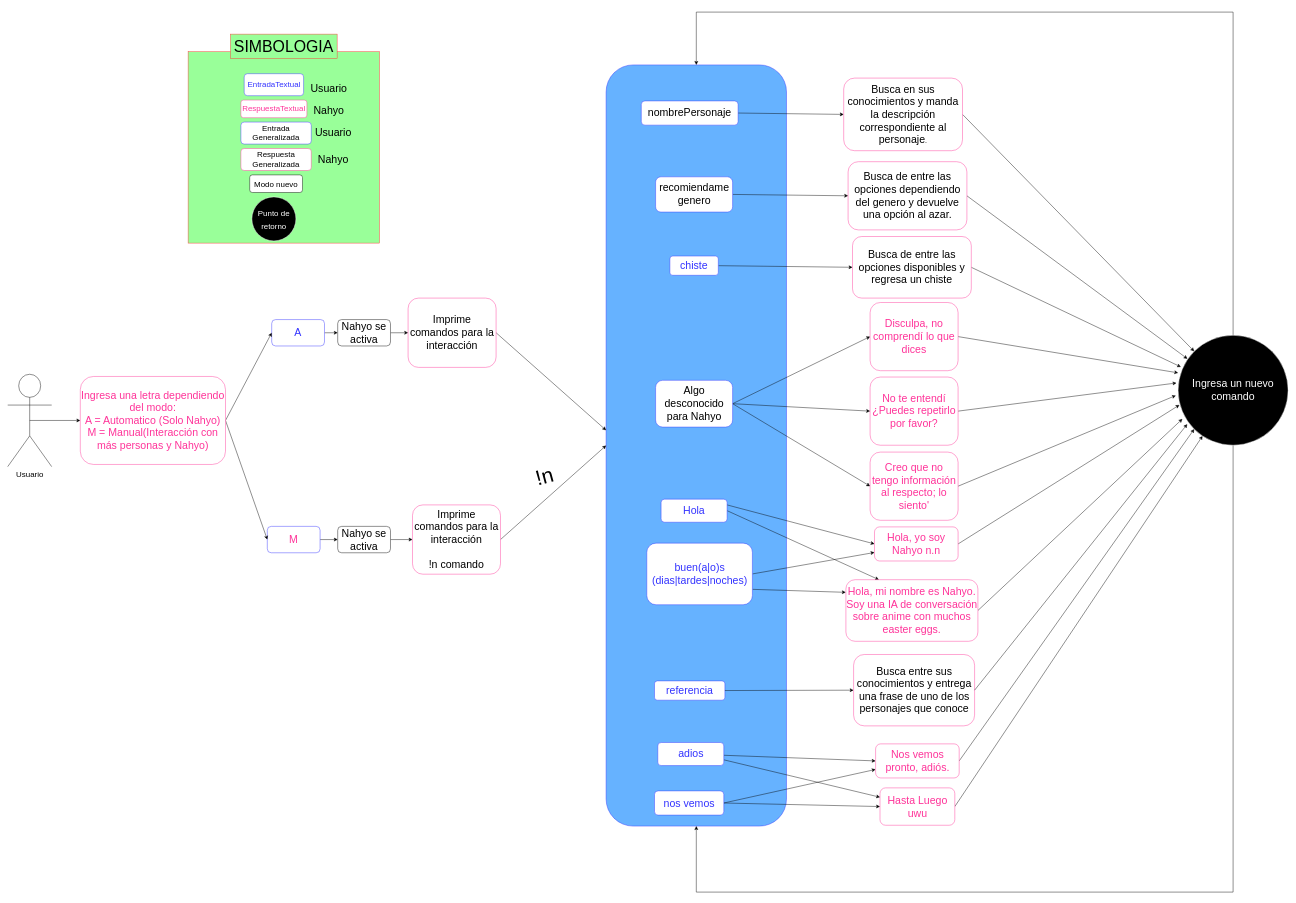
Earlier version of the draw.io diagram Diagrama/DiagramaGeneral.drawio (cynthializbeth/ChatBot). Source tidied: cells renumbered, new cells numbered last; positions are measured from the earlier drawing's top-left corner, leaving out a move shared by most shapes. Both pictures are drawn from the tidied source at 44%, with x=0, y=0 at pixel (7, 12).
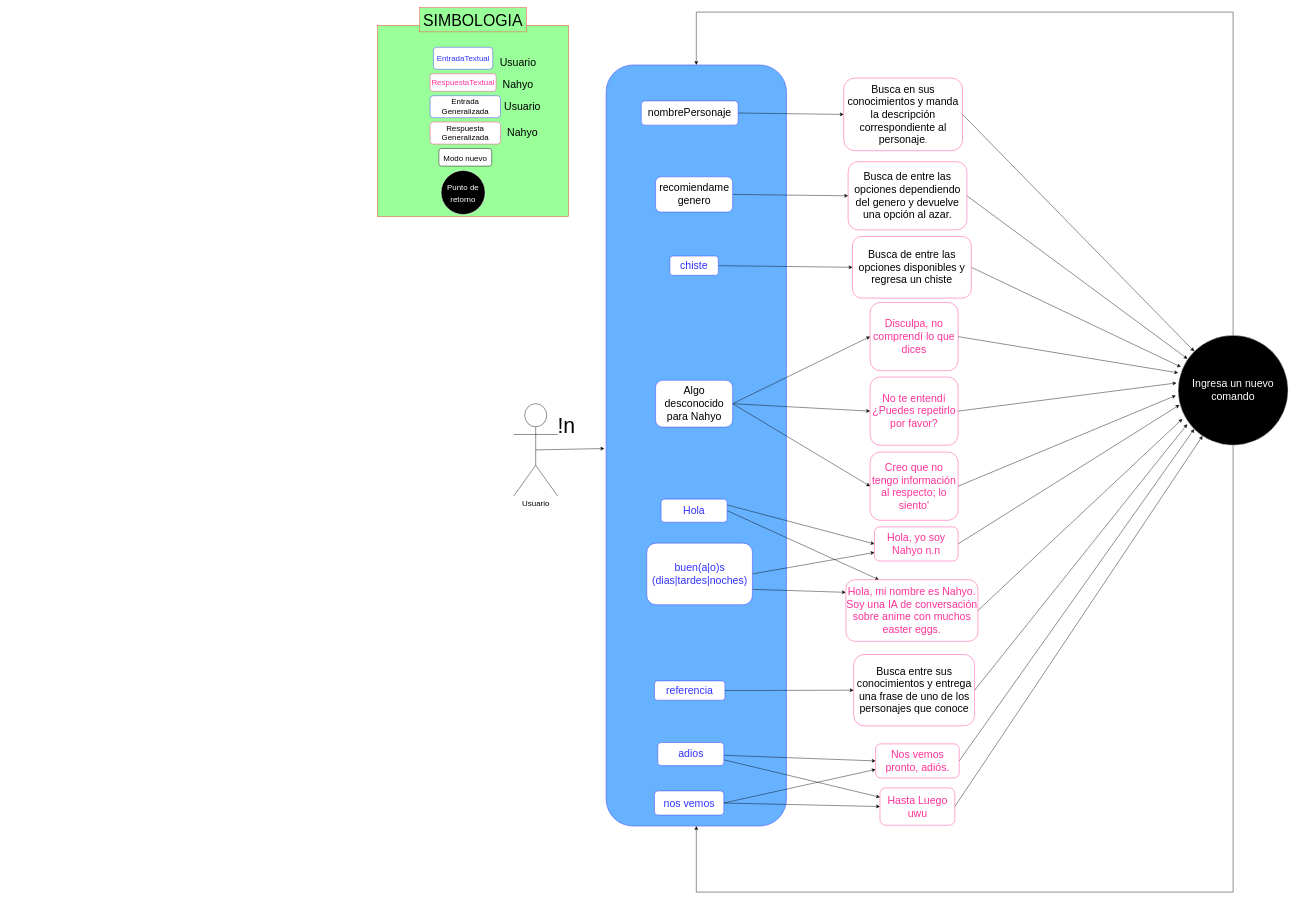
After the change.

Unchanged cells that the change refers to:
```xml
<mxCell id="2" style="rounded=1;whiteSpace=wrap;html=1;fontSize=24;fontColor=#FFFFFF;strokeColor=#3333FF;fillColor=#66B2FF;direction=south;" parent="1" vertex="1">
  <mxGeometry x="1360" y="120" width="410" height="1730" as="geometry" />
</mxCell>
```

Change to the diagram source:
```diff
@@
     <mxCell id="3" style="whiteSpace=wrap;html=1;labelBackgroundColor=none;fontSize=18;fontColor=#000000;strokeColor=#FF3333;fillColor=#99FF99;" parent="1" vertex="1">
-      <mxGeometry x="410" y="90" width="435" height="435" as="geometry" />
+      <mxGeometry x="840" y="30" width="435" height="435" as="geometry" />
     </mxCell>
@@
     <mxCell id="14" value="&lt;font style=&quot;font-size: 18px;&quot; color=&quot;#3333FF&quot;&gt;EntradaTextual&lt;/font&gt; " style="rounded=1;whiteSpace=wrap;html=1;strokeColor=#3333FF;fillColor=#FFFFFF;" parent="1" vertex="1">
-      <mxGeometry x="537.5" y="140" width="135" height="50" as="geometry" />
+      <mxGeometry x="967.5" y="80" width="135" height="50" as="geometry" />
     </mxCell>
     <mxCell id="15" value="&lt;font style=&quot;font-size: 24px;&quot;&gt;Usuario&lt;/font&gt;" style="text;html=1;strokeColor=none;fillColor=none;align=center;verticalAlign=middle;whiteSpace=wrap;rounded=0;" parent="1" vertex="1">
-      <mxGeometry x="700" y="160" width="60" height="30" as="geometry" />
+      <mxGeometry x="1130" y="100" width="60" height="30" as="geometry" />
     </mxCell>
     <mxCell id="16" value="&lt;font style=&quot;font-size: 18px;&quot; color=&quot;#FF3399&quot;&gt;RespuestaTextual&lt;/font&gt;" style="rounded=1;whiteSpace=wrap;html=1;strokeColor=#FF3399;fillColor=#FFFFFF;" parent="1" vertex="1">
-      <mxGeometry x="530" y="200" width="150" height="40" as="geometry" />
+      <mxGeometry x="960" y="140" width="150" height="40" as="geometry" />
     </mxCell>
     <mxCell id="17" value="&lt;font style=&quot;font-size: 24px;&quot;&gt;Nahyo&lt;/font&gt;" style="text;html=1;strokeColor=none;fillColor=none;align=center;verticalAlign=middle;whiteSpace=wrap;rounded=0;" parent="1" vertex="1">
-      <mxGeometry x="700" y="210" width="60" height="30" as="geometry" />
+      <mxGeometry x="1130" y="150" width="60" height="30" as="geometry" />
     </mxCell>
     <mxCell id="18" value="&lt;font style=&quot;font-size: 18px;&quot;&gt;Entrada Generalizada&lt;/font&gt;" style="rounded=1;whiteSpace=wrap;html=1;strokeColor=#3333FF;fillColor=#FFFFFF;" parent="1" vertex="1">
-      <mxGeometry x="530" y="250" width="160" height="50" as="geometry" />
+      <mxGeometry x="960" y="190" width="160" height="50" as="geometry" />
     </mxCell>
     <mxCell id="19" value="&lt;font style=&quot;font-size: 18px;&quot;&gt;Respuesta Generalizada&lt;/font&gt;" style="rounded=1;whiteSpace=wrap;html=1;strokeColor=#FF3399;fillColor=#FFFFFF;" parent="1" vertex="1">
-      <mxGeometry x="530" y="310" width="160" height="50" as="geometry" />
+      <mxGeometry x="960" y="250" width="160" height="50" as="geometry" />
     </mxCell>
     <mxCell id="20" value="&lt;font style=&quot;font-size: 24px;&quot;&gt;Nahyo&lt;/font&gt;" style="text;html=1;strokeColor=none;fillColor=none;align=center;verticalAlign=middle;whiteSpace=wrap;rounded=0;" parent="1" vertex="1">
-      <mxGeometry x="710" y="320" width="60" height="30" as="geometry" />
+      <mxGeometry x="1140" y="260" width="60" height="30" as="geometry" />
     </mxCell>
     <mxCell id="21" value="&lt;font style=&quot;font-size: 36px;&quot;&gt;SIMBOLOGIA&lt;/font&gt;" style="text;html=1;strokeColor=#FF3333;fillColor=#99FF99;align=center;verticalAlign=middle;whiteSpace=wrap;rounded=0;labelBackgroundColor=none;fontSize=18;fontColor=#000000;" parent="1" vertex="1">
-      <mxGeometry x="506.2" y="50" width="242.5" height="55" as="geometry" />
+      <mxGeometry x="936.2" y="-10" width="242.5" height="55" as="geometry" />
     </mxCell>
@@
-    <mxCell id="30" style="edgeStyle=none;rounded=0;jettySize=auto;html=1;exitX=0.5;exitY=0.5;exitDx=0;exitDy=0;exitPerimeter=0;fontSize=24;entryX=0;entryY=0.5;entryDx=0;entryDy=0;" parent="1" edge="1" source="31" target="43">
+    <mxCell id="30" style="edgeStyle=none;rounded=0;jettySize=auto;html=1;exitX=0.5;exitY=0.5;exitDx=0;exitDy=0;exitPerimeter=0;fontSize=24;entryX=0.504;entryY=1.01;entryDx=0;entryDy=0;entryPerimeter=0;" parent="1" edge="1" source="31" target="2">
       <mxGeometry relative="1" as="geometry" />
     </mxCell>
     <mxCell id="31" value="Usuario" style="shape=umlActor;verticalLabelPosition=bottom;verticalAlign=top;html=1;outlineConnect=0;fontSize=18;" parent="1" vertex="1">
-      <mxGeometry y="823.1" width="100" height="210" as="geometry" />
+      <mxGeometry x="1150" y="890" width="100" height="210" as="geometry" />
     </mxCell>
     <mxCell id="32" value="&lt;font style=&quot;font-size: 24px;&quot;&gt;Usuario&lt;/font&gt;" style="text;html=1;strokeColor=none;fillColor=none;align=center;verticalAlign=middle;whiteSpace=wrap;rounded=0;" parent="1" vertex="1">
-      <mxGeometry x="710" y="260" width="60" height="30" as="geometry" />
+      <mxGeometry x="1140" y="200" width="60" height="30" as="geometry" />
     </mxCell>
-    <mxCell id="33" style="edgeStyle=none;rounded=0;jettySize=auto;html=1;exitX=1;exitY=0.5;exitDx=0;exitDy=0;entryX=0;entryY=0.5;entryDx=0;entryDy=0;fontSize=24;" parent="1" edge="1" source="34" target="38">
-      <mxGeometry relative="1" as="geometry" />
-    </mxCell>
-    <mxCell id="34" value="&lt;font color=&quot;#3333FF&quot;&gt;A&lt;/font&gt;" style="rounded=1;whiteSpace=wrap;html=1;fontSize=24;strokeColor=#3333FF;" parent="1" vertex="1">
-      <mxGeometry x="600" y="698.8" width="120" height="60" as="geometry" />
-    </mxCell>
-    <mxCell id="35" style="edgeStyle=none;rounded=0;jettySize=auto;html=1;exitX=1;exitY=0.5;exitDx=0;exitDy=0;entryX=0;entryY=0.5;entryDx=0;entryDy=0;fontSize=24;" parent="1" edge="1" source="36" target="40">
-      <mxGeometry relative="1" as="geometry" />
-    </mxCell>
-    <mxCell id="36" value="&lt;font color=&quot;#FF3399&quot;&gt;M&lt;/font&gt;" style="rounded=1;whiteSpace=wrap;html=1;fontSize=24;strokeColor=#3333FF;" parent="1" vertex="1">
-      <mxGeometry x="590" y="1168.8" width="120" height="60" as="geometry" />
-    </mxCell>
-    <mxCell id="37" style="edgeStyle=none;rounded=0;jettySize=auto;html=1;exitX=1;exitY=0.5;exitDx=0;exitDy=0;fontSize=24;entryX=0;entryY=0.5;entryDx=0;entryDy=0;" parent="1" edge="1" source="38" target="45">
-      <mxGeometry relative="1" as="geometry" />
-    </mxCell>
-    <mxCell id="38" value="Nahyo se activa" style="rounded=1;whiteSpace=wrap;html=1;fontSize=24;" parent="1" vertex="1">
-      <mxGeometry x="750" y="698.8" width="120" height="60" as="geometry" />
-    </mxCell>
-    <mxCell id="39" style="edgeStyle=none;rounded=0;jettySize=auto;html=1;exitX=1;exitY=0.5;exitDx=0;exitDy=0;entryX=0;entryY=0.5;entryDx=0;entryDy=0;fontSize=24;" parent="1" edge="1" source="40" target="47">
-      <mxGeometry relative="1" as="geometry" />
-    </mxCell>
-    <mxCell id="40" value="Nahyo se activa" style="rounded=1;whiteSpace=wrap;html=1;fontSize=24;" parent="1" vertex="1">
-      <mxGeometry x="750" y="1168.8" width="120" height="60" as="geometry" />
-    </mxCell>
-    <mxCell id="41" style="edgeStyle=none;rounded=0;jettySize=auto;html=1;exitX=1;exitY=0.5;exitDx=0;exitDy=0;entryX=0;entryY=0.5;entryDx=0;entryDy=0;fontSize=24;" parent="1" edge="1" source="43" target="34">
-      <mxGeometry relative="1" as="geometry" />
-    </mxCell>
-    <mxCell id="42" style="edgeStyle=none;rounded=0;jettySize=auto;html=1;exitX=1;exitY=0.5;exitDx=0;exitDy=0;entryX=0;entryY=0.5;entryDx=0;entryDy=0;fontSize=24;" parent="1" edge="1" source="43" target="36">
-      <mxGeometry relative="1" as="geometry" />
-    </mxCell>
-    <mxCell id="43" value="&lt;div&gt;&lt;font style=&quot;font-size: 24px;&quot; color=&quot;#FF3399&quot;&gt;Ingresa una letra dependiendo del modo:&lt;/font&gt;&lt;/div&gt;&lt;div&gt;&lt;font style=&quot;font-size: 24px;&quot; color=&quot;#FF3399&quot;&gt;A = Automatico (Solo Nahyo)&lt;br&gt;&lt;/font&gt;&lt;/div&gt;&lt;div&gt;&lt;font style=&quot;font-size: 24px;&quot; color=&quot;#FF3399&quot;&gt;M = Manual(Interacción con más personas y Nahyo)&lt;/font&gt;&lt;font color=&quot;#FF3399&quot;&gt;&lt;br&gt;&lt;/font&gt;&lt;/div&gt;" style="rounded=1;whiteSpace=wrap;html=1;strokeColor=#FF3399;" parent="1" vertex="1">
-      <mxGeometry x="165" y="828.1" width="330" height="200" as="geometry" />
-    </mxCell>
-    <mxCell id="44" style="edgeStyle=none;rounded=0;jettySize=auto;html=1;exitX=1;exitY=0.5;exitDx=0;exitDy=0;fontSize=48;fontColor=#000000;entryX=0.48;entryY=1;entryDx=0;entryDy=0;entryPerimeter=0;" parent="1" edge="1" source="45" target="2">
-      <mxGeometry relative="1" as="geometry" />
-    </mxCell>
-    <mxCell id="45" value="&lt;font style=&quot;font-size: 24px;&quot;&gt;Imprime comandos para la interacción&lt;/font&gt;" style="rounded=1;whiteSpace=wrap;html=1;strokeColor=#FF3399;" parent="1" vertex="1">
-      <mxGeometry x="910" y="650" width="200" height="157.5" as="geometry" />
-    </mxCell>
-    <mxCell id="46" style="rounded=0;jettySize=auto;html=1;exitX=1;exitY=0.5;exitDx=0;exitDy=0;fontSize=24;fontColor=#FFFFFF;entryX=0.5;entryY=1;entryDx=0;entryDy=0;" parent="1" edge="1" source="47" target="2">
-      <mxGeometry relative="1" as="geometry" />
-    </mxCell>
-    <mxCell id="47" value="&lt;div&gt;&lt;font style=&quot;font-size: 24px;&quot;&gt;Imprime comandos para la interacción&lt;/font&gt;&lt;/div&gt;&lt;div&gt;&lt;font style=&quot;font-size: 24px;&quot;&gt;&lt;br&gt;&lt;/font&gt;&lt;/div&gt;&lt;div&gt;&lt;font style=&quot;font-size: 24px;&quot;&gt;!n comando &lt;br&gt;&lt;/font&gt;&lt;/div&gt;" style="rounded=1;whiteSpace=wrap;html=1;strokeColor=#FF3399;" parent="1" vertex="1">
-      <mxGeometry x="920" y="1120" width="200" height="157.5" as="geometry" />
-    </mxCell>
@@
-    <mxCell id="75" value="&lt;font style=&quot;font-size: 48px;&quot; color=&quot;#000000&quot;&gt;!n&lt;/font&gt;" style="text;html=1;strokeColor=none;fillColor=none;align=center;verticalAlign=middle;whiteSpace=wrap;rounded=0;fontSize=24;fontColor=#FFFFFF;rotation=-15;" parent="1" vertex="1">
-      <mxGeometry x="1150" y="1020" width="140" height="70" as="geometry" />
+    <mxCell id="75" value="&lt;font style=&quot;font-size: 48px;&quot; color=&quot;#000000&quot;&gt;!n&lt;/font&gt;" style="text;html=1;strokeColor=none;fillColor=none;align=center;verticalAlign=middle;whiteSpace=wrap;rounded=0;fontSize=24;fontColor=#FFFFFF;rotation=0;" parent="1" vertex="1">
+      <mxGeometry x="1200" y="906.2" width="140" height="70" as="geometry" />
     </mxCell>
     <mxCell id="76" value="&lt;font style=&quot;font-size: 18px;&quot;&gt;Modo nuevo&lt;/font&gt;" style="rounded=1;whiteSpace=wrap;html=1;fontSize=24;" parent="1" vertex="1">
-      <mxGeometry x="550" y="370" width="120" height="40" as="geometry" />
+      <mxGeometry x="980" y="310" width="120" height="40" as="geometry" />
     </mxCell>
     <mxCell id="77" value="&lt;font style=&quot;font-size: 18px;&quot; color=&quot;#FFFFFF&quot;&gt;Punto de retorno&lt;br&gt;&lt;/font&gt;" style="ellipse;whiteSpace=wrap;html=1;fontSize=24;fontColor=#3333FF;strokeColor=#FFFFFF;fillColor=#000000;" parent="1" vertex="1">
-      <mxGeometry x="555" y="420" width="100" height="100" as="geometry" />
+      <mxGeometry x="985" y="360" width="100" height="100" as="geometry" />
     </mxCell>
```
